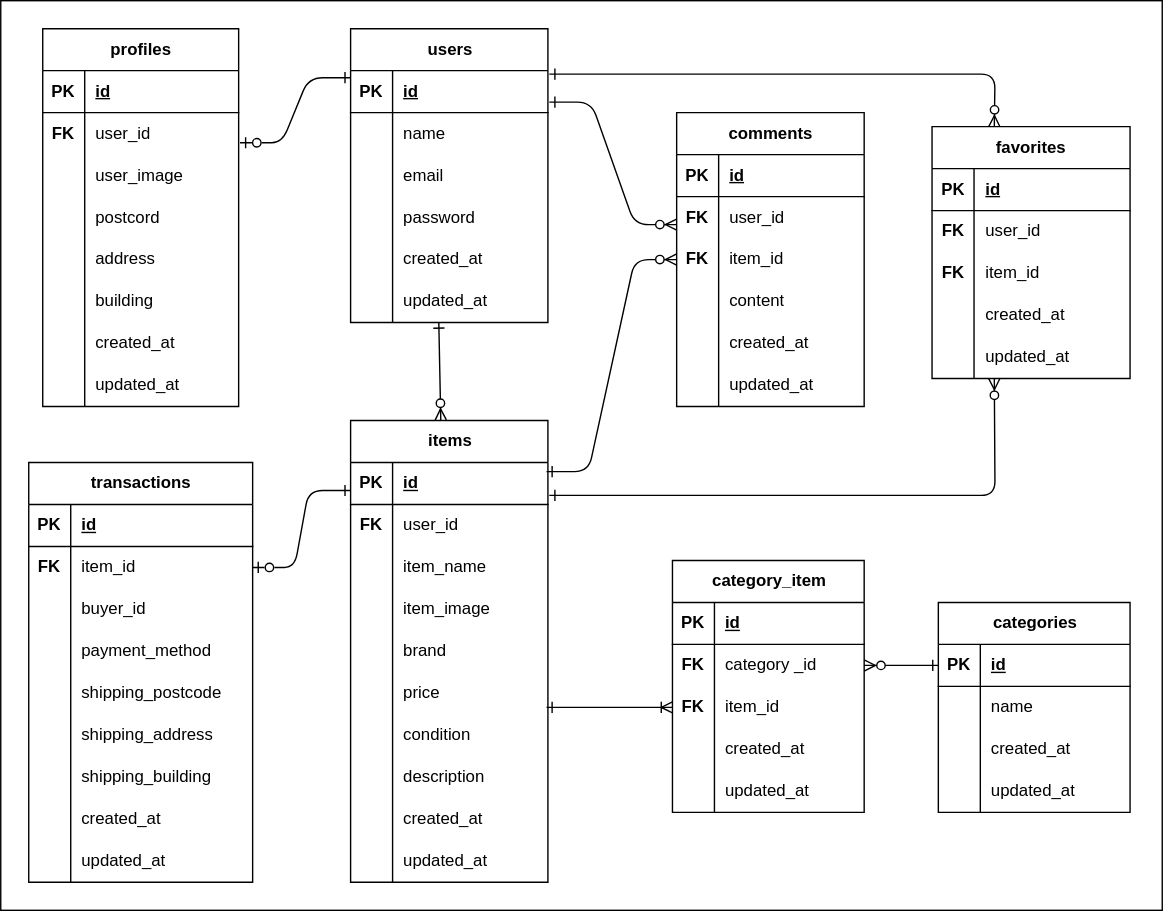
The draw.io diagram ER.drawio.svg in mutoryoko/FleaMarket, before a commit. Source tidied: cells renumbered, new cells last; positions are measured from the earlier drawing's top-left corner, leaving out a move shared by most shapes.
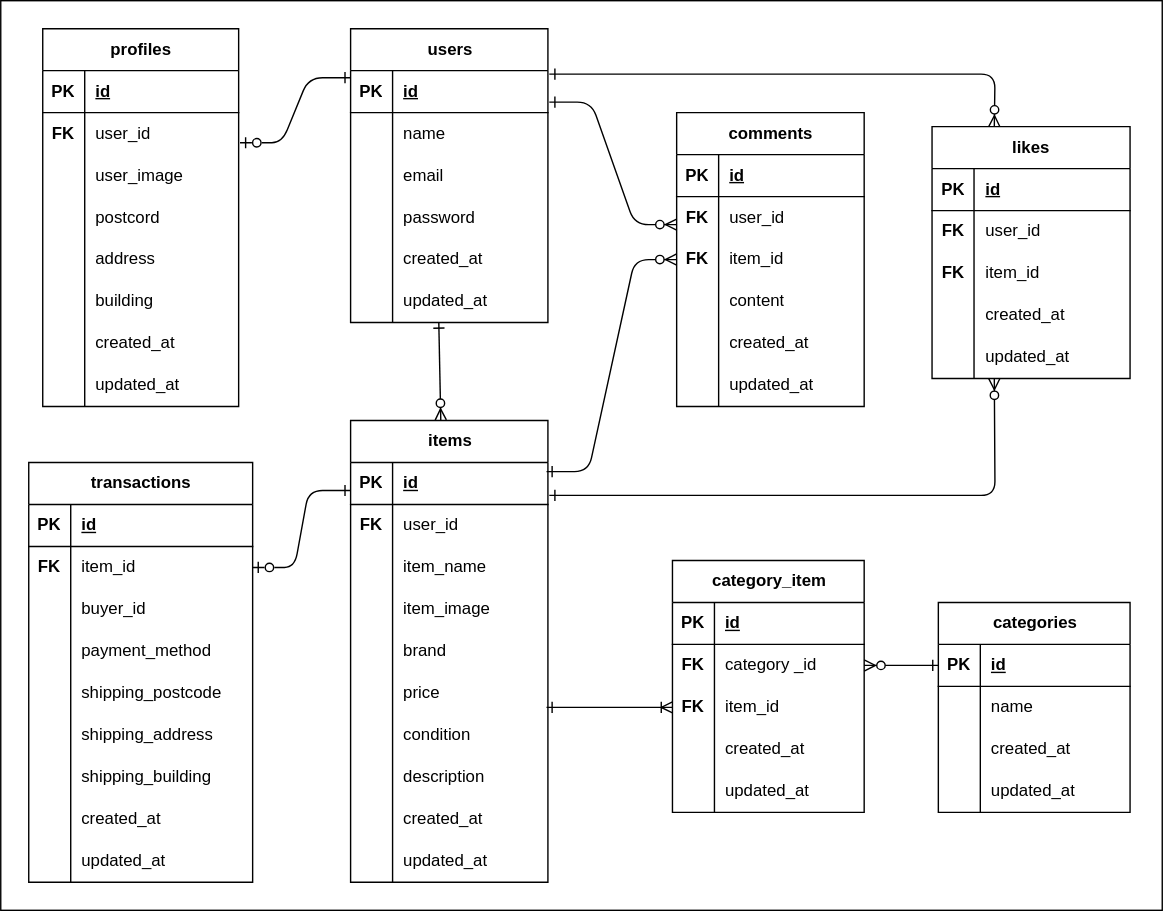
After the change.

Change to the diagram source:
```diff
@@ -483,7 +483,7 @@
     <mxCell id="160" value="updated_at" style="shape=partialRectangle;fillColor=none;top=0;left=0;bottom=0;right=0;align=left;spacingLeft=6;overflow=hidden;whiteSpace=wrap;html=1;" parent="158" vertex="1">
       <mxGeometry x="30" width="111" height="30" as="geometry" />
     </mxCell>
-    <mxCell id="161" value="favorites" style="shape=table;startSize=30;rowLines=0;fontStyle=1;align=center;html=1;" parent="1" vertex="1">
+    <mxCell id="161" value="likes" style="shape=table;startSize=30;rowLines=0;fontStyle=1;align=center;html=1;" parent="1" vertex="1">
       <mxGeometry x="665.5" y="90" width="141.5" height="180" as="geometry" />
     </mxCell>
     <mxCell id="162" style="shape=tableRow;horizontal=0;startSize=0;swimlaneHead=0;swimlaneBody=0;fillColor=none;top=0;left=0;right=0;bottom=1;" parent="161" vertex="1">
```
